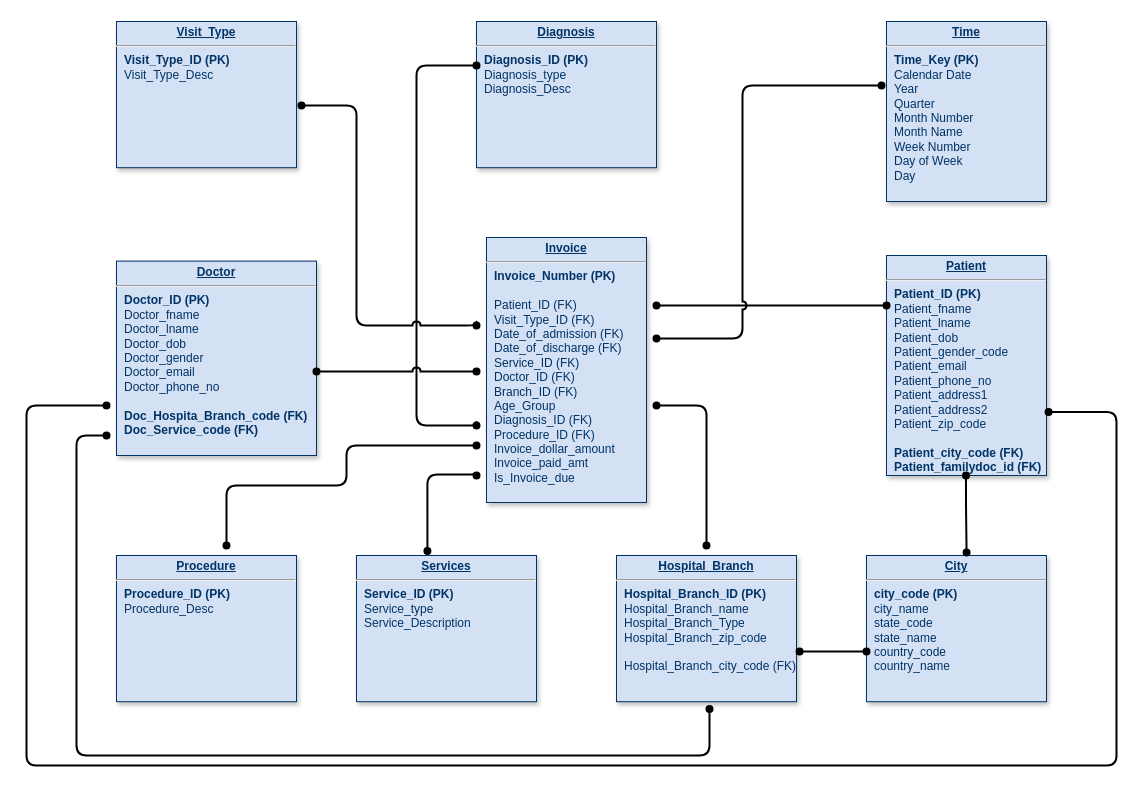
jyothsnagrace/6120 keeps this draw.io diagram as Assignment2_dwh_lkona.drawio. Above is the earlier version. Source tidied: cells renumbered, new cells numbered last; positions are measured from the earlier drawing's top-left corner, leaving out a move shared by most shapes. Both pictures are drawn from the tidied source at 100%, with x=0, y=0 at pixel (26, 21).
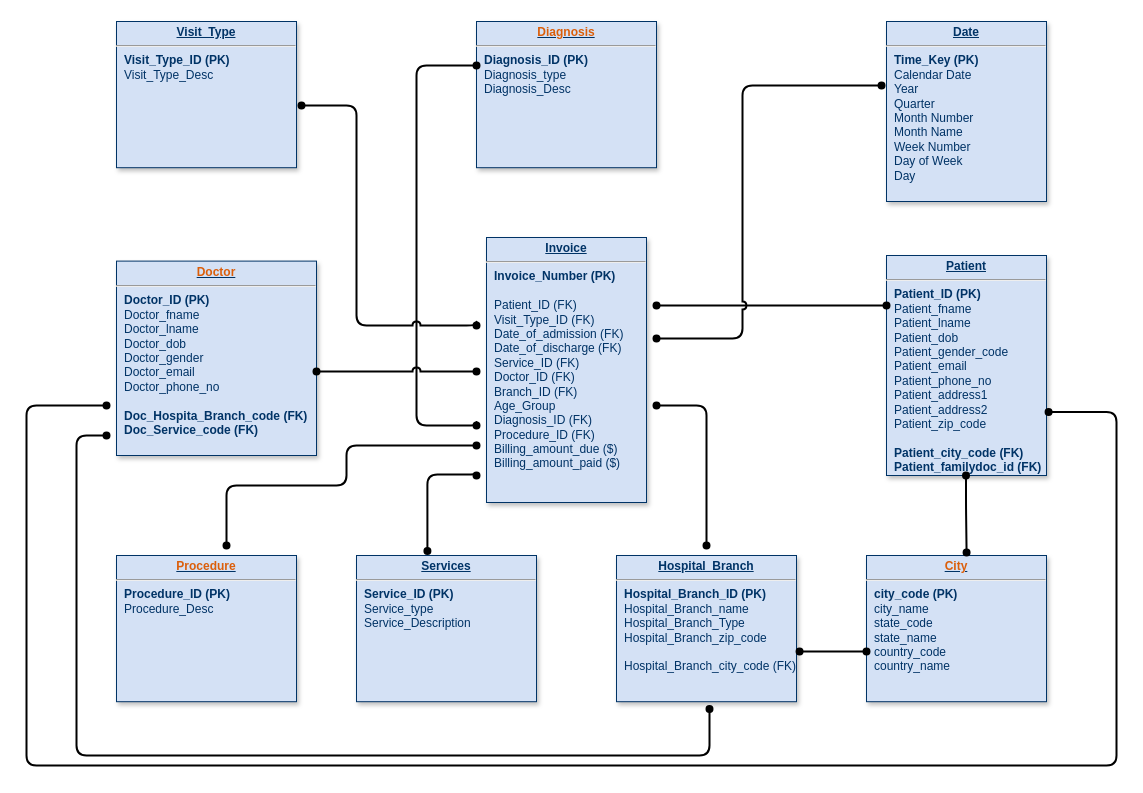
After the change.

Unchanged cells that the change refers to:
```xml
<mxCell id="3" style="group;" parent="2" vertex="1">
  <mxGeometry width="1090" height="744" as="geometry" />
</mxCell>
```

What changed in the source:
```diff
@@
-    <mxCell id="5" value="&lt;p style=&quot;margin: 0px; margin-top: 4px; text-align: center; text-decoration: underline;&quot;&gt;&lt;strong&gt;Time&lt;/strong&gt;&lt;/p&gt;&lt;hr&gt;&lt;p style=&quot;margin: 0px; margin-left: 8px;&quot;&gt;&lt;b&gt;Time_Key (PK)&lt;/b&gt;&lt;/p&gt;&lt;p style=&quot;border-color: var(--border-color); margin: 0px 0px 0px 8px;&quot;&gt;Calendar Date&lt;/p&gt;&lt;p style=&quot;margin: 0px; margin-left: 8px;&quot;&gt;Year&lt;/p&gt;&lt;p style=&quot;margin: 0px; margin-left: 8px;&quot;&gt;Quarter&lt;/p&gt;&lt;p style=&quot;margin: 0px; margin-left: 8px;&quot;&gt;Month Number&lt;br&gt;&lt;/p&gt;&lt;p style=&quot;margin: 0px; margin-left: 8px;&quot;&gt;Month Name&lt;/p&gt;&lt;p style=&quot;margin: 0px; margin-left: 8px;&quot;&gt;Week Number&lt;/p&gt;&lt;p style=&quot;margin: 0px; margin-left: 8px;&quot;&gt;Day of Week&lt;/p&gt;&lt;p style=&quot;margin: 0px; margin-left: 8px;&quot;&gt;Day&lt;/p&gt;&lt;p style=&quot;margin: 0px; margin-left: 8px;&quot;&gt;&lt;br&gt;&lt;span style=&quot;&quot;&gt;&amp;nbsp;&lt;/span&gt;&lt;/p&gt;" style="verticalAlign=top;align=left;overflow=fill;fontSize=12;fontFamily=Helvetica;html=1;strokeColor=#003366;shadow=1;fillColor=#D4E1F5;fontColor=#003366;" parent="3" vertex="1">
+    <mxCell id="5" value="&lt;p style=&quot;margin: 0px; margin-top: 4px; text-align: center; text-decoration: underline;&quot;&gt;&lt;strong&gt;Date&lt;/strong&gt;&lt;/p&gt;&lt;hr&gt;&lt;p style=&quot;margin: 0px; margin-left: 8px;&quot;&gt;&lt;b&gt;Time_Key (PK)&lt;/b&gt;&lt;/p&gt;&lt;p style=&quot;border-color: var(--border-color); margin: 0px 0px 0px 8px;&quot;&gt;Calendar Date&lt;/p&gt;&lt;p style=&quot;margin: 0px; margin-left: 8px;&quot;&gt;Year&lt;/p&gt;&lt;p style=&quot;margin: 0px; margin-left: 8px;&quot;&gt;Quarter&lt;/p&gt;&lt;p style=&quot;margin: 0px; margin-left: 8px;&quot;&gt;Month Number&lt;br&gt;&lt;/p&gt;&lt;p style=&quot;margin: 0px; margin-left: 8px;&quot;&gt;Month Name&lt;/p&gt;&lt;p style=&quot;margin: 0px; margin-left: 8px;&quot;&gt;Week Number&lt;/p&gt;&lt;p style=&quot;margin: 0px; margin-left: 8px;&quot;&gt;Day of Week&lt;/p&gt;&lt;p style=&quot;margin: 0px; margin-left: 8px;&quot;&gt;Day&lt;/p&gt;&lt;p style=&quot;margin: 0px; margin-left: 8px;&quot;&gt;&lt;br&gt;&lt;span style=&quot;&quot;&gt;&amp;nbsp;&lt;/span&gt;&lt;/p&gt;" style="verticalAlign=top;align=left;overflow=fill;fontSize=12;fontFamily=Helvetica;html=1;strokeColor=#003366;shadow=1;fillColor=#D4E1F5;fontColor=#003366;" parent="3" vertex="1">
       <mxGeometry x="860" width="160" height="180" as="geometry" />
     </mxCell>
-    <mxCell id="6" value="&lt;p style=&quot;margin: 0px; margin-top: 4px; text-align: center; text-decoration: underline;&quot;&gt;&lt;strong&gt;Invoice&lt;/strong&gt;&lt;/p&gt;&lt;hr&gt;&lt;p style=&quot;margin: 0px; margin-left: 8px;&quot;&gt;&lt;b&gt;Invoice_Number (PK)&lt;/b&gt;&lt;/p&gt;&lt;p style=&quot;margin: 0px; margin-left: 8px;&quot;&gt;&lt;br&gt;&lt;/p&gt;&lt;p style=&quot;margin: 0px; margin-left: 8px;&quot;&gt;Patient_ID (FK)&lt;/p&gt;&lt;p style=&quot;margin: 0px; margin-left: 8px;&quot;&gt;Visit_Type_ID (FK)&lt;/p&gt;&lt;p style=&quot;margin: 0px; margin-left: 8px;&quot;&gt;Date_of_admission (FK)&lt;/p&gt;&lt;p style=&quot;margin: 0px; margin-left: 8px;&quot;&gt;Date_of_discharge (FK)&lt;/p&gt;&lt;p style=&quot;margin: 0px; margin-left: 8px;&quot;&gt;Service_ID (FK)&lt;/p&gt;&lt;p style=&quot;border-color: var(--border-color); margin: 0px 0px 0px 8px;&quot;&gt;Doctor_ID (FK)&lt;br style=&quot;border-color: var(--border-color);&quot;&gt;&lt;/p&gt;&lt;p style=&quot;border-color: var(--border-color); margin: 0px 0px 0px 8px;&quot;&gt;Branch_ID (FK)&lt;/p&gt;&lt;p style=&quot;border-color: var(--border-color); margin: 0px 0px 0px 8px;&quot;&gt;Age_Group&lt;/p&gt;&lt;p style=&quot;border-color: var(--border-color); margin: 0px 0px 0px 8px;&quot;&gt;Diagnosis_ID (FK)&lt;/p&gt;&lt;p style=&quot;border-color: var(--border-color); margin: 0px 0px 0px 8px;&quot;&gt;Procedure_ID (FK)&lt;/p&gt;&lt;p style=&quot;border-color: var(--border-color); margin: 0px 0px 0px 8px;&quot;&gt;Invoice_dollar_amount&lt;/p&gt;&lt;p style=&quot;border-color: var(--border-color); margin: 0px 0px 0px 8px;&quot;&gt;Invoice_paid_amt&lt;/p&gt;&lt;p style=&quot;border-color: var(--border-color); margin: 0px 0px 0px 8px;&quot;&gt;Is_Invoice_due&lt;/p&gt;&lt;p style=&quot;border-color: var(--border-color); margin: 0px 0px 0px 8px;&quot;&gt;&lt;br&gt;&lt;/p&gt;&lt;p style=&quot;border-color: var(--border-color); margin: 0px 0px 0px 8px;&quot;&gt;&lt;br&gt;&lt;/p&gt;&lt;p style=&quot;border-color: var(--border-color); margin: 0px 0px 0px 8px;&quot;&gt;&lt;br&gt;&lt;/p&gt;" style="verticalAlign=top;align=left;overflow=fill;fontSize=12;fontFamily=Helvetica;html=1;strokeColor=#003366;shadow=1;fillColor=#D4E1F5;fontColor=#003366;" parent="3" vertex="1">
+    <mxCell id="6" value="&lt;p style=&quot;margin: 0px; margin-top: 4px; text-align: center; text-decoration: underline;&quot;&gt;&lt;strong&gt;Invoice&lt;/strong&gt;&lt;/p&gt;&lt;hr&gt;&lt;p style=&quot;margin: 0px; margin-left: 8px;&quot;&gt;&lt;b&gt;Invoice_Number (PK)&lt;/b&gt;&lt;/p&gt;&lt;p style=&quot;margin: 0px; margin-left: 8px;&quot;&gt;&lt;br&gt;&lt;/p&gt;&lt;p style=&quot;margin: 0px; margin-left: 8px;&quot;&gt;Patient_ID (FK)&lt;/p&gt;&lt;p style=&quot;margin: 0px; margin-left: 8px;&quot;&gt;Visit_Type_ID (FK)&lt;/p&gt;&lt;p style=&quot;margin: 0px; margin-left: 8px;&quot;&gt;Date_of_admission (FK)&lt;/p&gt;&lt;p style=&quot;margin: 0px; margin-left: 8px;&quot;&gt;Date_of_discharge (FK)&lt;/p&gt;&lt;p style=&quot;margin: 0px; margin-left: 8px;&quot;&gt;Service_ID (FK)&lt;/p&gt;&lt;p style=&quot;border-color: var(--border-color); margin: 0px 0px 0px 8px;&quot;&gt;Doctor_ID (FK)&lt;br style=&quot;border-color: var(--border-color);&quot;&gt;&lt;/p&gt;&lt;p style=&quot;border-color: var(--border-color); margin: 0px 0px 0px 8px;&quot;&gt;Branch_ID (FK)&lt;/p&gt;&lt;p style=&quot;border-color: var(--border-color); margin: 0px 0px 0px 8px;&quot;&gt;Age_Group&lt;/p&gt;&lt;p style=&quot;border-color: var(--border-color); margin: 0px 0px 0px 8px;&quot;&gt;Diagnosis_ID (FK)&lt;/p&gt;&lt;p style=&quot;border-color: var(--border-color); margin: 0px 0px 0px 8px;&quot;&gt;Procedure_ID (FK)&lt;/p&gt;&lt;p style=&quot;border-color: var(--border-color); margin: 0px 0px 0px 8px;&quot;&gt;Billing_amount_due ($)&lt;/p&gt;&lt;p style=&quot;border-color: var(--border-color); margin: 0px 0px 0px 8px;&quot;&gt;Billing_amount_paid ($)&lt;/p&gt;&lt;p style=&quot;border-color: var(--border-color); margin: 0px 0px 0px 8px;&quot;&gt;&lt;br&gt;&lt;/p&gt;&lt;p style=&quot;border-color: var(--border-color); margin: 0px 0px 0px 8px;&quot;&gt;&lt;br&gt;&lt;/p&gt;&lt;p style=&quot;border-color: var(--border-color); margin: 0px 0px 0px 8px;&quot;&gt;&lt;br&gt;&lt;/p&gt;" style="verticalAlign=top;align=left;overflow=fill;fontSize=12;fontFamily=Helvetica;html=1;strokeColor=#003366;shadow=1;fillColor=#D4E1F5;fontColor=#003366;" parent="3" vertex="1">
       <mxGeometry x="460" y="216" width="160" height="265" as="geometry" />
     </mxCell>
-    <mxCell id="7" value="&lt;p style=&quot;margin: 0px; margin-top: 4px; text-align: center; text-decoration: underline;&quot;&gt;&lt;b&gt;Diagnosis&lt;/b&gt;&lt;/p&gt;&lt;hr&gt;&lt;p style=&quot;margin: 0px; margin-left: 8px;&quot;&gt;&lt;b&gt;Diagnosis_ID (PK)&lt;/b&gt;&lt;br&gt;&lt;/p&gt;&lt;p style=&quot;margin: 0px; margin-left: 8px;&quot;&gt;Diagnosis_type&lt;br&gt;&lt;/p&gt;&lt;p style=&quot;margin: 0px; margin-left: 8px;&quot;&gt;Diagnosis_Desc&lt;/p&gt;&lt;p style=&quot;margin: 0px; margin-left: 8px;&quot;&gt;&lt;br&gt;&lt;/p&gt;&lt;p style=&quot;margin: 0px; margin-left: 8px;&quot;&gt;&lt;br&gt;&lt;/p&gt;" style="verticalAlign=top;align=left;overflow=fill;fontSize=12;fontFamily=Helvetica;html=1;strokeColor=#003366;shadow=1;fillColor=#D4E1F5;fontColor=#003366;" parent="3" vertex="1">
+    <mxCell id="7" value="&lt;p style=&quot;margin: 0px; margin-top: 4px; text-align: center; text-decoration: underline;&quot;&gt;&lt;b&gt;&lt;font color=&quot;#db5e0a&quot;&gt;Diagnosis&lt;/font&gt;&lt;/b&gt;&lt;/p&gt;&lt;hr&gt;&lt;p style=&quot;margin: 0px; margin-left: 8px;&quot;&gt;&lt;b&gt;Diagnosis_ID (PK)&lt;/b&gt;&lt;br&gt;&lt;/p&gt;&lt;p style=&quot;margin: 0px; margin-left: 8px;&quot;&gt;Diagnosis_type&lt;br&gt;&lt;/p&gt;&lt;p style=&quot;margin: 0px; margin-left: 8px;&quot;&gt;Diagnosis_Desc&lt;/p&gt;&lt;p style=&quot;margin: 0px; margin-left: 8px;&quot;&gt;&lt;br&gt;&lt;/p&gt;&lt;p style=&quot;margin: 0px; margin-left: 8px;&quot;&gt;&lt;br&gt;&lt;/p&gt;" style="verticalAlign=top;align=left;overflow=fill;fontSize=12;fontFamily=Helvetica;html=1;strokeColor=#003366;shadow=1;fillColor=#D4E1F5;fontColor=#003366;" parent="3" vertex="1">
       <mxGeometry x="450" width="180" height="146.2" as="geometry" />
     </mxCell>
@@
-    <mxCell id="9" value="&lt;p style=&quot;margin: 0px; margin-top: 4px; text-align: center; text-decoration: underline;&quot;&gt;&lt;strong&gt;Doctor&lt;/strong&gt;&lt;/p&gt;&lt;hr&gt;&lt;p style=&quot;margin: 0px; margin-left: 8px;&quot;&gt;&lt;b&gt;Doctor_ID (PK)&lt;/b&gt;&lt;br&gt;&lt;/p&gt;&lt;p style=&quot;margin: 0px; margin-left: 8px;&quot;&gt;Doctor_fname&lt;br&gt;&lt;/p&gt;&lt;p style=&quot;margin: 0px; margin-left: 8px;&quot;&gt;Doctor_lname&lt;br&gt;&lt;/p&gt;&lt;p style=&quot;margin: 0px; margin-left: 8px;&quot;&gt;Doctor_dob&lt;/p&gt;&lt;p style=&quot;margin: 0px; margin-left: 8px;&quot;&gt;Doctor_gender&lt;/p&gt;&lt;p style=&quot;margin: 0px; margin-left: 8px;&quot;&gt;Doctor_email&lt;/p&gt;&lt;p style=&quot;border-color: var(--border-color); margin: 0px 0px 0px 8px;&quot;&gt;Doctor_phone_no&lt;/p&gt;&lt;p style=&quot;border-color: var(--border-color); margin: 0px 0px 0px 8px;&quot;&gt;&lt;br&gt;&lt;/p&gt;&lt;p style=&quot;border-color: var(--border-color); margin: 0px 0px 0px 8px;&quot;&gt;&lt;b&gt;Doc_Hospita_Branch_code (FK)&lt;/b&gt;&lt;/p&gt;&lt;p style=&quot;border-color: var(--border-color); margin: 0px 0px 0px 8px;&quot;&gt;&lt;b&gt;Doc_Service_code (FK)&lt;/b&gt;&lt;/p&gt;" style="verticalAlign=top;align=left;overflow=fill;fontSize=12;fontFamily=Helvetica;html=1;strokeColor=#003366;shadow=1;fillColor=#D4E1F5;fontColor=#003366;" parent="3" vertex="1">
+    <mxCell id="9" value="&lt;p style=&quot;margin: 0px; margin-top: 4px; text-align: center; text-decoration: underline;&quot;&gt;&lt;strong&gt;&lt;font color=&quot;#db5e0a&quot;&gt;Doctor&lt;/font&gt;&lt;/strong&gt;&lt;/p&gt;&lt;hr&gt;&lt;p style=&quot;margin: 0px; margin-left: 8px;&quot;&gt;&lt;b&gt;Doctor_ID (PK)&lt;/b&gt;&lt;br&gt;&lt;/p&gt;&lt;p style=&quot;margin: 0px; margin-left: 8px;&quot;&gt;Doctor_fname&lt;br&gt;&lt;/p&gt;&lt;p style=&quot;margin: 0px; margin-left: 8px;&quot;&gt;Doctor_lname&lt;br&gt;&lt;/p&gt;&lt;p style=&quot;margin: 0px; margin-left: 8px;&quot;&gt;Doctor_dob&lt;/p&gt;&lt;p style=&quot;margin: 0px; margin-left: 8px;&quot;&gt;Doctor_gender&lt;/p&gt;&lt;p style=&quot;margin: 0px; margin-left: 8px;&quot;&gt;Doctor_email&lt;/p&gt;&lt;p style=&quot;border-color: var(--border-color); margin: 0px 0px 0px 8px;&quot;&gt;Doctor_phone_no&lt;/p&gt;&lt;p style=&quot;border-color: var(--border-color); margin: 0px 0px 0px 8px;&quot;&gt;&lt;br&gt;&lt;/p&gt;&lt;p style=&quot;border-color: var(--border-color); margin: 0px 0px 0px 8px;&quot;&gt;&lt;b&gt;Doc_Hospita_Branch_code (FK)&lt;/b&gt;&lt;/p&gt;&lt;p style=&quot;border-color: var(--border-color); margin: 0px 0px 0px 8px;&quot;&gt;&lt;b&gt;Doc_Service_code (FK)&lt;/b&gt;&lt;/p&gt;" style="verticalAlign=top;align=left;overflow=fill;fontSize=12;fontFamily=Helvetica;html=1;strokeColor=#003366;shadow=1;fillColor=#D4E1F5;fontColor=#003366;" parent="3" vertex="1">
       <mxGeometry x="90" y="239.6" width="200" height="194.4" as="geometry" />
     </mxCell>
@@
-    <mxCell id="12" value="&lt;p style=&quot;margin: 0px; margin-top: 4px; text-align: center; text-decoration: underline;&quot;&gt;&lt;b&gt;Procedure&lt;/b&gt;&lt;/p&gt;&lt;hr&gt;&lt;p style=&quot;border-color: var(--border-color); margin: 0px 0px 0px 8px;&quot;&gt;&lt;b&gt;Procedure_ID (PK)&lt;/b&gt;&lt;/p&gt;&lt;p style=&quot;border-color: var(--border-color); margin: 0px 0px 0px 8px;&quot;&gt;Procedure_Desc&lt;br&gt;&lt;/p&gt;&lt;p style=&quot;border-color: var(--border-color); margin: 0px 0px 0px 8px;&quot;&gt;&lt;br&gt;&lt;/p&gt;&lt;p style=&quot;margin: 0px; margin-left: 8px;&quot;&gt;&lt;br&gt;&lt;/p&gt;" style="verticalAlign=top;align=left;overflow=fill;fontSize=12;fontFamily=Helvetica;html=1;strokeColor=#003366;shadow=1;fillColor=#D4E1F5;fontColor=#003366;" parent="3" vertex="1">
+    <mxCell id="12" value="&lt;p style=&quot;margin: 0px; margin-top: 4px; text-align: center; text-decoration: underline;&quot;&gt;&lt;b&gt;&lt;font color=&quot;#db5e0a&quot;&gt;Procedure&lt;/font&gt;&lt;/b&gt;&lt;/p&gt;&lt;hr&gt;&lt;p style=&quot;border-color: var(--border-color); margin: 0px 0px 0px 8px;&quot;&gt;&lt;b&gt;Procedure_ID (PK)&lt;/b&gt;&lt;/p&gt;&lt;p style=&quot;border-color: var(--border-color); margin: 0px 0px 0px 8px;&quot;&gt;Procedure_Desc&lt;br&gt;&lt;/p&gt;&lt;p style=&quot;border-color: var(--border-color); margin: 0px 0px 0px 8px;&quot;&gt;&lt;br&gt;&lt;/p&gt;&lt;p style=&quot;margin: 0px; margin-left: 8px;&quot;&gt;&lt;br&gt;&lt;/p&gt;" style="verticalAlign=top;align=left;overflow=fill;fontSize=12;fontFamily=Helvetica;html=1;strokeColor=#003366;shadow=1;fillColor=#D4E1F5;fontColor=#003366;" parent="3" vertex="1">
       <mxGeometry x="90" y="534" width="180" height="146.2" as="geometry" />
     </mxCell>
@@
-    <mxCell id="16" value="&lt;p style=&quot;margin: 0px; margin-top: 4px; text-align: center; text-decoration: underline;&quot;&gt;&lt;strong&gt;City&lt;/strong&gt;&lt;/p&gt;&lt;hr&gt;&lt;p style=&quot;margin: 0px; margin-left: 8px;&quot;&gt;&lt;span style=&quot;background-color: initial;&quot;&gt;&lt;b&gt;city_code (PK)&lt;/b&gt;&lt;/span&gt;&lt;br&gt;&lt;/p&gt;&lt;p style=&quot;margin: 0px; margin-left: 8px;&quot;&gt;city_name&lt;br&gt;&lt;/p&gt;&lt;p style=&quot;margin: 0px; margin-left: 8px;&quot;&gt;state_code&lt;/p&gt;&lt;p style=&quot;margin: 0px; margin-left: 8px;&quot;&gt;state_name&lt;/p&gt;&lt;p style=&quot;margin: 0px; margin-left: 8px;&quot;&gt;country_code&lt;br&gt;&lt;/p&gt;&lt;p style=&quot;margin: 0px; margin-left: 8px;&quot;&gt;country_name&lt;/p&gt;&lt;p style=&quot;margin: 0px; margin-left: 8px;&quot;&gt;&lt;br&gt;&lt;/p&gt;&lt;p style=&quot;margin: 0px; margin-left: 8px;&quot;&gt;&lt;br&gt;&lt;span style=&quot;white-space: pre;&quot;&gt;&amp;nbsp;&lt;/span&gt;&lt;br&gt;&lt;/p&gt;" style="verticalAlign=top;align=left;overflow=fill;fontSize=12;fontFamily=Helvetica;html=1;strokeColor=#003366;shadow=1;fillColor=#D4E1F5;fontColor=#003366;" parent="3" vertex="1">
+    <mxCell id="16" value="&lt;p style=&quot;margin: 0px; margin-top: 4px; text-align: center; text-decoration: underline;&quot;&gt;&lt;strong&gt;&lt;font color=&quot;#db5e0a&quot;&gt;City&lt;/font&gt;&lt;/strong&gt;&lt;/p&gt;&lt;hr&gt;&lt;p style=&quot;margin: 0px; margin-left: 8px;&quot;&gt;&lt;span style=&quot;background-color: initial;&quot;&gt;&lt;b&gt;city_code (PK)&lt;/b&gt;&lt;/span&gt;&lt;br&gt;&lt;/p&gt;&lt;p style=&quot;margin: 0px; margin-left: 8px;&quot;&gt;city_name&lt;br&gt;&lt;/p&gt;&lt;p style=&quot;margin: 0px; margin-left: 8px;&quot;&gt;state_code&lt;/p&gt;&lt;p style=&quot;margin: 0px; margin-left: 8px;&quot;&gt;state_name&lt;/p&gt;&lt;p style=&quot;margin: 0px; margin-left: 8px;&quot;&gt;country_code&lt;br&gt;&lt;/p&gt;&lt;p style=&quot;margin: 0px; margin-left: 8px;&quot;&gt;country_name&lt;/p&gt;&lt;p style=&quot;margin: 0px; margin-left: 8px;&quot;&gt;&lt;br&gt;&lt;/p&gt;&lt;p style=&quot;margin: 0px; margin-left: 8px;&quot;&gt;&lt;br&gt;&lt;span style=&quot;white-space: pre;&quot;&gt;&amp;nbsp;&lt;/span&gt;&lt;br&gt;&lt;/p&gt;" style="verticalAlign=top;align=left;overflow=fill;fontSize=12;fontFamily=Helvetica;html=1;strokeColor=#003366;shadow=1;fillColor=#D4E1F5;fontColor=#003366;" parent="3" vertex="1">
       <mxGeometry x="840" y="534" width="180" height="146.2" as="geometry" />
     </mxCell>
```
